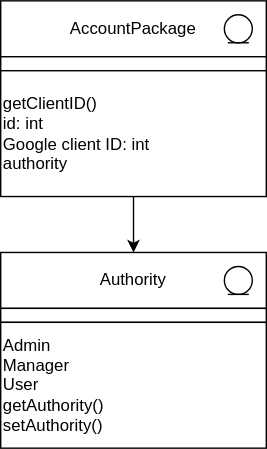
The draw.io diagram Drawio/D_2_5.2.7.drawio.svg in CCCpeggy/Reservatio-system, before a commit. Source tidied: cells renumbered, new cells last; positions are measured from the earlier drawing's top-left corner, leaving out a move shared by most shapes. The source it was exported from:
```xml
<mxGraphModel>
  <root>
    <mxCell id="0" />
    <mxCell id="1" parent="0" />
    <mxCell id="2" value="AccountPackage" style="rounded=0;whiteSpace=wrap;html=1;" parent="1" vertex="1">
      <mxGeometry width="190" height="40" as="geometry" />
    </mxCell>
    <mxCell id="3" style="rounded=0;whiteSpace=wrap;html=1;" parent="1" vertex="1">
      <mxGeometry y="40" width="190" height="10" as="geometry" />
    </mxCell>
    <mxCell id="4" style="edgeStyle=orthogonalEdgeStyle;rounded=0;jettySize=auto;html=1;entryX=0.5;entryY=0;entryDx=0;entryDy=0;" parent="1" edge="1" source="5" target="7">
      <mxGeometry relative="1" as="geometry" />
    </mxCell>
    <mxCell id="5" value="&amp;nbsp; getClientID()&lt;br&gt;&lt;div&gt;&amp;nbsp; id: int&lt;/div&gt;&lt;div&gt;&amp;nbsp; Google client ID: int&lt;/div&gt;&lt;div&gt;&amp;nbsp; authority&lt;/div&gt;" style="rounded=0;whiteSpace=wrap;html=1;align=left;" parent="1" vertex="1">
      <mxGeometry y="50" width="190" height="90" as="geometry" />
    </mxCell>
    <mxCell id="6" style="ellipse;shape=umlEntity;whiteSpace=wrap;html=1;" parent="1" vertex="1">
      <mxGeometry x="160" y="10" width="20" height="20" as="geometry" />
    </mxCell>
    <mxCell id="7" value="Authority" style="rounded=0;whiteSpace=wrap;html=1;" parent="1" vertex="1">
      <mxGeometry y="180" width="190" height="40" as="geometry" />
    </mxCell>
    <mxCell id="8" style="rounded=0;whiteSpace=wrap;html=1;" parent="1" vertex="1">
      <mxGeometry y="220" width="190" height="10" as="geometry" />
    </mxCell>
    <mxCell id="9" value="&lt;div&gt;&amp;nbsp; Admin&lt;/div&gt;&lt;div&gt;&amp;nbsp; Manager&lt;/div&gt;&lt;div&gt;&amp;nbsp; User&lt;/div&gt;&lt;div&gt;&amp;nbsp; getAuthority()&lt;/div&gt;&lt;div&gt;&amp;nbsp; setAuthority()&lt;/div&gt;" style="rounded=0;whiteSpace=wrap;html=1;align=left;" parent="1" vertex="1">
      <mxGeometry y="230" width="190" height="90" as="geometry" />
    </mxCell>
    <mxCell id="10" style="ellipse;shape=umlEntity;whiteSpace=wrap;html=1;" parent="1" vertex="1">
      <mxGeometry x="160" y="190" width="20" height="20" as="geometry" />
    </mxCell>
  </root>
</mxGraphModel>
```
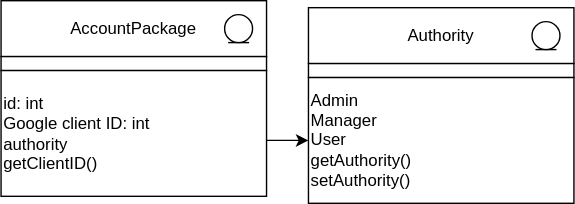
Later version of the same file.

Change to the diagram source:
```diff
@@ -8,26 +8,29 @@
     <mxCell id="3" style="rounded=0;whiteSpace=wrap;html=1;" parent="1" vertex="1">
       <mxGeometry y="40" width="190" height="10" as="geometry" />
     </mxCell>
-    <mxCell id="4" style="edgeStyle=orthogonalEdgeStyle;rounded=0;jettySize=auto;html=1;entryX=0.5;entryY=0;entryDx=0;entryDy=0;" parent="1" edge="1" source="5" target="7">
-      <mxGeometry relative="1" as="geometry" />
-    </mxCell>
-    <mxCell id="5" value="&amp;nbsp; getClientID()&lt;br&gt;&lt;div&gt;&amp;nbsp; id: int&lt;/div&gt;&lt;div&gt;&amp;nbsp; Google client ID: int&lt;/div&gt;&lt;div&gt;&amp;nbsp; authority&lt;/div&gt;" style="rounded=0;whiteSpace=wrap;html=1;align=left;" parent="1" vertex="1">
+    <mxCell id="5" value="&amp;nbsp; &lt;span&gt;id: int&lt;/span&gt;&lt;br&gt;&lt;div&gt;&amp;nbsp; Google client ID: int&lt;/div&gt;&lt;div&gt;&amp;nbsp; authority&lt;/div&gt;&lt;div&gt;&amp;nbsp; getClientID()&lt;br&gt;&lt;/div&gt;" style="rounded=0;whiteSpace=wrap;html=1;align=left;" parent="1" vertex="1">
       <mxGeometry y="50" width="190" height="90" as="geometry" />
     </mxCell>
     <mxCell id="6" style="ellipse;shape=umlEntity;whiteSpace=wrap;html=1;" parent="1" vertex="1">
       <mxGeometry x="160" y="10" width="20" height="20" as="geometry" />
     </mxCell>
     <mxCell id="7" value="Authority" style="rounded=0;whiteSpace=wrap;html=1;" parent="1" vertex="1">
-      <mxGeometry y="180" width="190" height="40" as="geometry" />
+      <mxGeometry x="220" y="5" width="190" height="40" as="geometry" />
     </mxCell>
     <mxCell id="8" style="rounded=0;whiteSpace=wrap;html=1;" parent="1" vertex="1">
-      <mxGeometry y="220" width="190" height="10" as="geometry" />
+      <mxGeometry x="220" y="45" width="190" height="10" as="geometry" />
     </mxCell>
     <mxCell id="9" value="&lt;div&gt;&amp;nbsp; Admin&lt;/div&gt;&lt;div&gt;&amp;nbsp; Manager&lt;/div&gt;&lt;div&gt;&amp;nbsp; User&lt;/div&gt;&lt;div&gt;&amp;nbsp; getAuthority()&lt;/div&gt;&lt;div&gt;&amp;nbsp; setAuthority()&lt;/div&gt;" style="rounded=0;whiteSpace=wrap;html=1;align=left;" parent="1" vertex="1">
-      <mxGeometry y="230" width="190" height="90" as="geometry" />
+      <mxGeometry x="220" y="55" width="190" height="90" as="geometry" />
     </mxCell>
     <mxCell id="10" style="ellipse;shape=umlEntity;whiteSpace=wrap;html=1;" parent="1" vertex="1">
-      <mxGeometry x="160" y="190" width="20" height="20" as="geometry" />
+      <mxGeometry x="380" y="15" width="20" height="20" as="geometry" />
     </mxCell>
+    <mxCell id="4" style="endArrow=classic;html=1;exitX=1;exitY=0.5;exitDx=0;exitDy=0;entryX=0;entryY=0.5;entryDx=0;entryDy=0;" parent="1" edge="1" source="11" target="9">
+      <mxGeometry relative="1" as="geometry" />
+    </mxCell>
+    <mxCell id="11" style="rounded=0;whiteSpace=wrap;html=1;fillColor=none;strokeColor=none;" parent="1" vertex="1">
+      <mxGeometry y="90" width="190" height="20" as="geometry" />
+    </mxCell>
   </root>
 </mxGraphModel>
```
